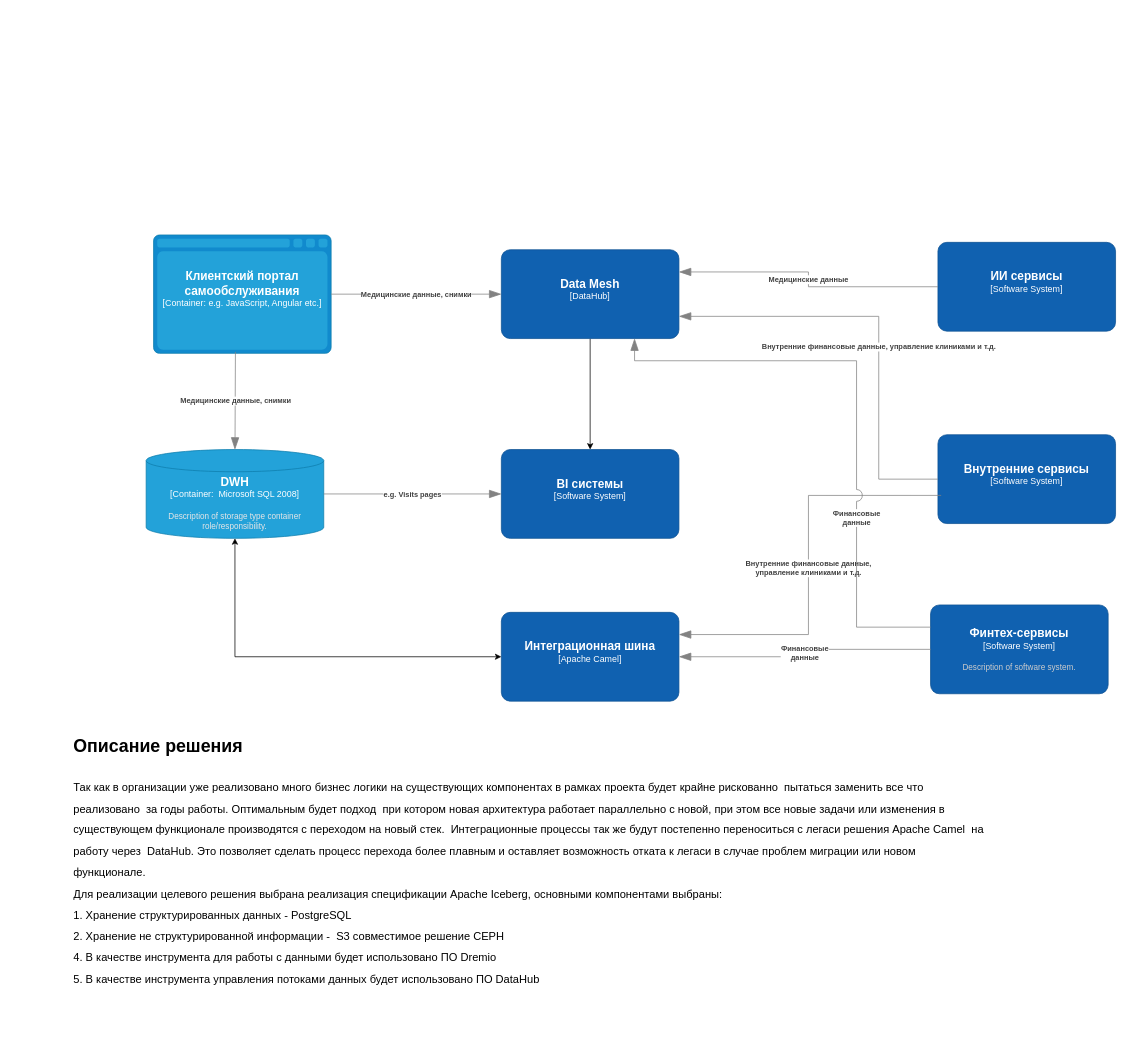
Before: Task1/Container diagram.drawio in Adeptgt/architecture-future_2_0, a draw.io diagram. Source tidied: cells renumbered, new cells numbered last; positions are measured from the earlier drawing's top-left corner, leaving out a move shared by most shapes. Both pictures are drawn from the tidied source at 74%, with x=0, y=0 at pixel (72, 235).
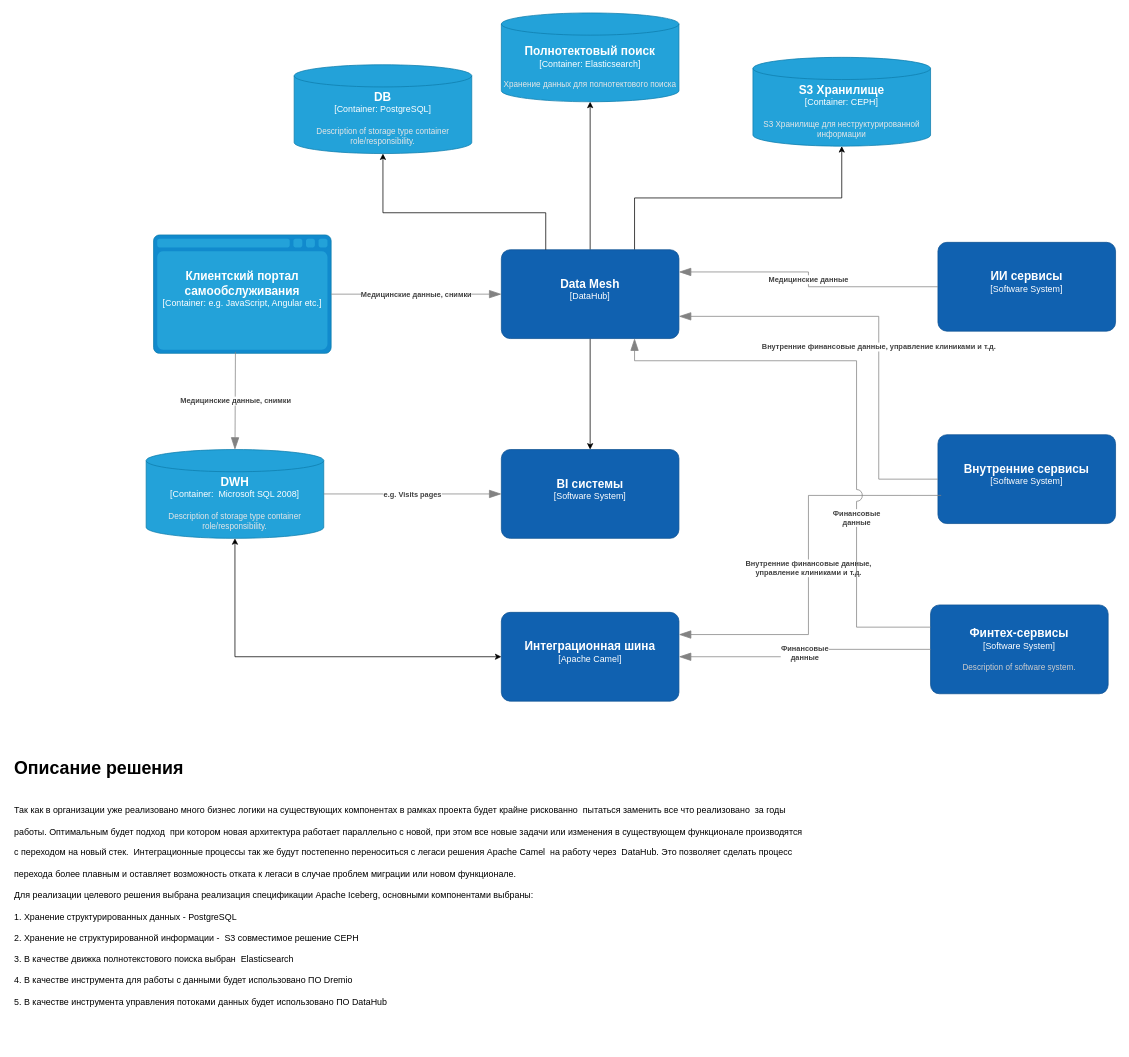
Above is the later version.

The change refers to these unchanged cells:
```xml
<object id="10" label="&lt;font style=&quot;font-size: 16px&quot;&gt;&lt;b&gt;%c4Name%&lt;/b&gt;&lt;/font&gt;&lt;div&gt;[%c4Type%]&lt;/div&gt;&lt;br&gt;&lt;div&gt;&lt;font style=&quot;font-size: 11px&quot;&gt;&lt;font color=&quot;#cccccc&quot;&gt;%c4Description%&lt;/font&gt;&lt;/div&gt;" c4Description="" c4Name="Data Mesh" c4Type="DataHub" placeholders="1">
  <mxCell style="rounded=1;whiteSpace=wrap;html=1;labelBackgroundColor=none;fillColor=#1061B0;fontColor=#ffffff;align=center;arcSize=10;strokeColor=#0D5091;points=[[0.25,0,0],[0.5,0,0],[0.75,0,0],[1,0.25,0],[1,0.5,0],[1,0.75,0],[0.75,1,0],[0.5,1,0],[0.25,1,0],[0,0.75,0],[0,0.5,0],[0,0.25,0]];" parent="1" vertex="1">
    <mxGeometry x="580" y="20" width="240" height="120" as="geometry" />
  </mxCell>
</object>
```

The edit, as a diff of the source:
```diff
@@
+    <mxCell id="21" style="edgeStyle=orthogonalEdgeStyle;rounded=0;jettySize=auto;html=1;exitX=0.75;exitY=0;exitDx=0;exitDy=0;exitPerimeter=0;" parent="1" edge="1" source="10" target="25">
+      <mxGeometry relative="1" as="geometry" />
+    </mxCell>
+    <mxCell id="22" style="edgeStyle=orthogonalEdgeStyle;rounded=0;jettySize=auto;html=1;" parent="1" edge="1" source="10" target="24">
+      <mxGeometry relative="1" as="geometry" />
+    </mxCell>
@@
-    <mxCell id="20" value="&lt;h1 style=&quot;margin-top: 0px;&quot;&gt;Описание решения&lt;/h1&gt;&lt;h1 style=&quot;margin-top: 0px;&quot;&gt;&lt;p style=&quot;font-weight: 400;&quot;&gt;&lt;font style=&quot;font-size: 15px;&quot;&gt;Так как в организации уже реализовано много бизнес логики на существующих компонентах в рамках проекта будет крайне рискованно&amp;nbsp; пытаться заменить все что реализовано&amp;nbsp; за годы работы. Оптимальным будет подход&amp;nbsp; при котором новая архитектура работает параллельно с новой, при этом все новые задачи или изменения в существующем функционале производятся с переходом на новый стек.&amp;nbsp; Интеграционные процессы так же будут постепенно переноситься с легаси решения Apache Camel&amp;nbsp; на работу через&amp;nbsp; DataHub. Это позволяет сделать процесс перехода более плавным и оставляет возможность отката к легаси в случае проблем миграции или новом функционале.&lt;br style=&quot;padding: 0px; margin: 0px;&quot;&gt;Для реализации целевого решения выбрана реализация спецификации Apache Iceberg, основными компонентами выбраны:&lt;br style=&quot;padding: 0px; margin: 0px;&quot;&gt;1. Хранение структурированных данных - PostgreSQL&lt;br style=&quot;padding: 0px; margin: 0px;&quot;&gt;2. Хранение не структурированной информации -&amp;nbsp; S3 совместимое решение CEPH&lt;br style=&quot;padding: 0px; margin: 0px;&quot;&gt;4. В качестве инструмента для работы с данными будет использовано ПО Dremio&lt;br style=&quot;padding: 0px; margin: 0px;&quot;&gt;5. В качестве инструмента управления потоками данных будет использовано ПО DataHub&lt;/font&gt;&lt;/p&gt;&lt;/h1&gt;" style="text;html=1;whiteSpace=wrap;overflow=hidden;rounded=0;" parent="1" vertex="1">
-      <mxGeometry y="670" width="1240" height="390" as="geometry" />
+    <mxCell id="20" value="&lt;h1 style=&quot;margin-top: 0px;&quot;&gt;Описание решения&lt;/h1&gt;&lt;h1 style=&quot;margin-top: 0px;&quot;&gt;&lt;p style=&quot;font-weight: 400;&quot;&gt;&lt;span style=&quot;font-size: 12px;&quot;&gt;Так как в организации уже реализовано много бизнес логики на существующих компонентах в рамках проекта будет крайне рискованно&amp;nbsp; пытаться заменить все что реализовано&amp;nbsp; за годы работы. Оптимальным будет подход&amp;nbsp; при котором новая архитектура работает параллельно с новой, при этом все новые задачи или изменения в существующем функционале производятся с переходом на новый стек.&amp;nbsp; Интеграционные процессы так же будут постепенно переноситься с легаси решения Apache Camel&amp;nbsp; на работу через&amp;nbsp; DataHub. Это позволяет сделать процесс перехода более плавным и оставляет возможность отката к легаси в случае проблем миграции или новом функционале.&lt;/span&gt;&lt;br style=&quot;padding: 0px; margin: 0px; font-size: 12px;&quot;&gt;&lt;span style=&quot;font-size: 12px;&quot;&gt;Для реализации целевого решения выбрана реализация спецификации Apache Iceberg, основными компонентами выбраны:&lt;/span&gt;&lt;br style=&quot;padding: 0px; margin: 0px; font-size: 12px;&quot;&gt;&lt;span style=&quot;font-size: 12px;&quot;&gt;1. Хранение структурированных данных - PostgreSQL&lt;/span&gt;&lt;br style=&quot;padding: 0px; margin: 0px; font-size: 12px;&quot;&gt;&lt;span style=&quot;font-size: 12px;&quot;&gt;2. Хранение не структурированной информации -&amp;nbsp; S3 совместимое решение CEPH&lt;/span&gt;&lt;br style=&quot;padding: 0px; margin: 0px; font-size: 12px;&quot;&gt;&lt;span style=&quot;font-size: 12px;&quot;&gt;3. В качеcтве движка полнотекстового поиска выбран&amp;nbsp; Elasticsearch&amp;nbsp;&lt;/span&gt;&lt;br style=&quot;padding: 0px; margin: 0px; font-size: 12px;&quot;&gt;&lt;span style=&quot;font-size: 12px;&quot;&gt;4. В качестве инструмента для работы с данными будет использовано ПО Dremio&lt;/span&gt;&lt;br style=&quot;padding: 0px; margin: 0px; font-size: 12px;&quot;&gt;&lt;span style=&quot;font-size: 12px;&quot;&gt;5. В качестве инструмента управления потоками данных будет использовано ПО DataHub&lt;/span&gt;&lt;/p&gt;&lt;/h1&gt;" style="text;html=1;whiteSpace=wrap;overflow=hidden;rounded=0;" parent="1" vertex="1">
+      <mxGeometry x="-80" y="700" width="1070" height="390" as="geometry" />
     </mxCell>
+    <object id="23" label="&lt;font style=&quot;font-size: 16px&quot;&gt;&lt;b&gt;%c4Name%&lt;/b&gt;&lt;/font&gt;&lt;div&gt;[%c4Type%:&amp;nbsp;%c4Technology%]&lt;/div&gt;&lt;br&gt;&lt;div&gt;&lt;font style=&quot;font-size: 11px&quot;&gt;&lt;font color=&quot;#E6E6E6&quot;&gt;%c4Description%&lt;/font&gt;&lt;/div&gt;" c4Description="Description of storage type container role/responsibility." c4Name="DB" c4Technology="PostgreSQL" c4Type="Container" placeholders="1">
+      <mxCell style="shape=cylinder3;size=15;whiteSpace=wrap;html=1;boundedLbl=1;rounded=0;labelBackgroundColor=none;fillColor=#23A2D9;fontSize=12;fontColor=#ffffff;align=center;strokeColor=#0E7DAD;points=[[0.5,0,0],[1,0.25,0],[1,0.5,0],[1,0.75,0],[0.5,1,0],[0,0.75,0],[0,0.5,0],[0,0.25,0]];" parent="1" vertex="1">
+        <mxGeometry x="300" y="-230" width="240" height="120" as="geometry" />
+      </mxCell>
+    </object>
+    <object id="24" label="&lt;font style=&quot;font-size: 16px&quot;&gt;&lt;b&gt;%c4Name%&lt;/b&gt;&lt;/font&gt;&lt;div&gt;[%c4Type%:&amp;nbsp;%c4Technology%]&lt;/div&gt;&lt;br&gt;&lt;div&gt;&lt;font style=&quot;font-size: 11px&quot;&gt;&lt;font color=&quot;#E6E6E6&quot;&gt;%c4Description%&lt;/font&gt;&lt;/div&gt;" c4Description="Хранение данных для полнотектового поиска" c4Name="Полнотектовый поиск" c4Technology="Elasticsearch" c4Type="Container" placeholders="1">
+      <mxCell style="shape=cylinder3;size=15;whiteSpace=wrap;html=1;boundedLbl=1;rounded=0;labelBackgroundColor=none;fillColor=#23A2D9;fontSize=12;fontColor=#ffffff;align=center;strokeColor=#0E7DAD;points=[[0.5,0,0],[1,0.25,0],[1,0.5,0],[1,0.75,0],[0.5,1,0],[0,0.75,0],[0,0.5,0],[0,0.25,0]];" parent="1" vertex="1">
+        <mxGeometry x="580" y="-300" width="240" height="120" as="geometry" />
+      </mxCell>
+    </object>
+    <object id="25" label="&lt;font style=&quot;font-size: 16px&quot;&gt;&lt;b&gt;%c4Name%&lt;/b&gt;&lt;/font&gt;&lt;div&gt;[%c4Type%:&amp;nbsp;%c4Technology%]&lt;/div&gt;&lt;br&gt;&lt;div&gt;&lt;font style=&quot;font-size: 11px&quot;&gt;&lt;font color=&quot;#E6E6E6&quot;&gt;%c4Description%&lt;/font&gt;&lt;/div&gt;" c4Description="S3 Хранилище для неструктурированной информации" c4Name="S3 Хранилище" c4Technology="CEPH" c4Type="Container" placeholders="1">
+      <mxCell style="shape=cylinder3;size=15;whiteSpace=wrap;html=1;boundedLbl=1;rounded=0;labelBackgroundColor=none;fillColor=#23A2D9;fontSize=12;fontColor=#ffffff;align=center;strokeColor=#0E7DAD;points=[[0.5,0,0],[1,0.25,0],[1,0.5,0],[1,0.75,0],[0.5,1,0],[0,0.75,0],[0,0.5,0],[0,0.25,0]];" parent="1" vertex="1">
+        <mxGeometry x="920" y="-240" width="240" height="120" as="geometry" />
+      </mxCell>
+    </object>
+    <mxCell id="26" style="edgeStyle=orthogonalEdgeStyle;rounded=0;jettySize=auto;html=1;entryX=0.5;entryY=1;entryDx=0;entryDy=0;entryPerimeter=0;exitX=0.25;exitY=0;exitDx=0;exitDy=0;exitPerimeter=0;" parent="1" edge="1" source="10" target="23">
+      <mxGeometry relative="1" as="geometry">
+        <Array as="points">
+          <mxPoint x="640" y="-30" />
+          <mxPoint x="420" y="-30" />
+        </Array>
+      </mxGeometry>
+    </mxCell>
```
